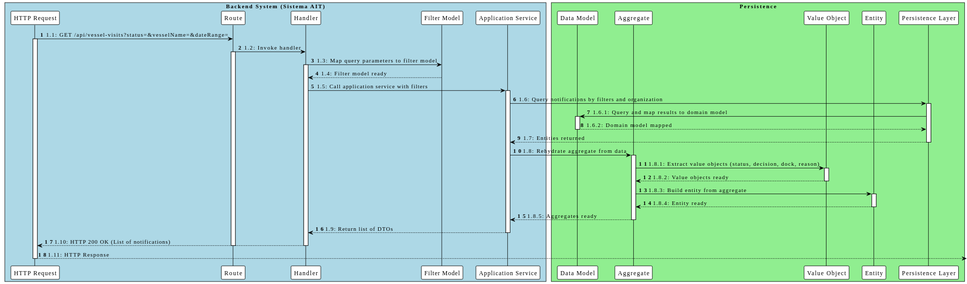
Earlier version of the PlantUML export documentation/SprintA/Views/ProcessViewDiagrams/US2.2.10/svg/diagrama-nivel3.svg (AmirMasnavi/Port-Logistics-Management-System). Source of this version:
```plantuml
@startuml
!theme plain
autonumber

box "Backend System (Sistema AIT)" #LightBlue
    participant "HTTP Request" as HttpRequest
    participant "Route" as Route
    participant "Handler" as Handler
    participant "Filter Model" as FilterModel
    participant "Application Service" as AppService
    box "Persistence" #LightGreen
        participant "Data Model" as DataModel
        participant "Aggregate" as Aggregate
        participant "Value Object" as ValueObject
        participant "Entity" as Entity
        participant "Persistence Layer" as Persistence
    end box
end box

HttpRequest -> Route : 1.1: GET /api/vessel-visits?status=&vesselName=&dateRange=
activate HttpRequest
Route -> Handler : 1.2: Invoke handler
activate Route
Handler -> FilterModel : 1.3: Map query parameters to filter model
activate Handler
FilterModel --> Handler : 1.4: Filter model ready
deactivate FilterModel
Handler -> AppService : 1.5: Call application service with filters
activate AppService
AppService -> Persistence : 1.6: Query notifications by filters and organization
activate Persistence
Persistence -> DataModel : 1.6.1: Query and map results to domain model
activate DataModel
DataModel --> Persistence : 1.6.2: Domain model mapped
deactivate DataModel
Persistence --> AppService : 1.7: Entities returned
deactivate Persistence
AppService -> Aggregate : 1.8: Rehydrate aggregate from data
activate Aggregate
Aggregate -> ValueObject : 1.8.1: Extract value objects (status, decision, dock, reason)
activate ValueObject
ValueObject --> Aggregate : 1.8.2: Value objects ready
deactivate ValueObject
Aggregate -> Entity : 1.8.3: Build entity from aggregate
activate Entity
Entity --> Aggregate : 1.8.4: Entity ready
deactivate Entity
Aggregate --> AppService : 1.8.5: Aggregates ready
deactivate Aggregate
AppService --> Handler : 1.9: Return list of DTOs
deactivate AppService
Handler --> HttpRequest : 1.10: HTTP 200 OK (List of notifications)
deactivate Handler
deactivate Route
HttpRequest --> : 1.11: HTTP Response
deactivate HttpRequest
@enduml
```
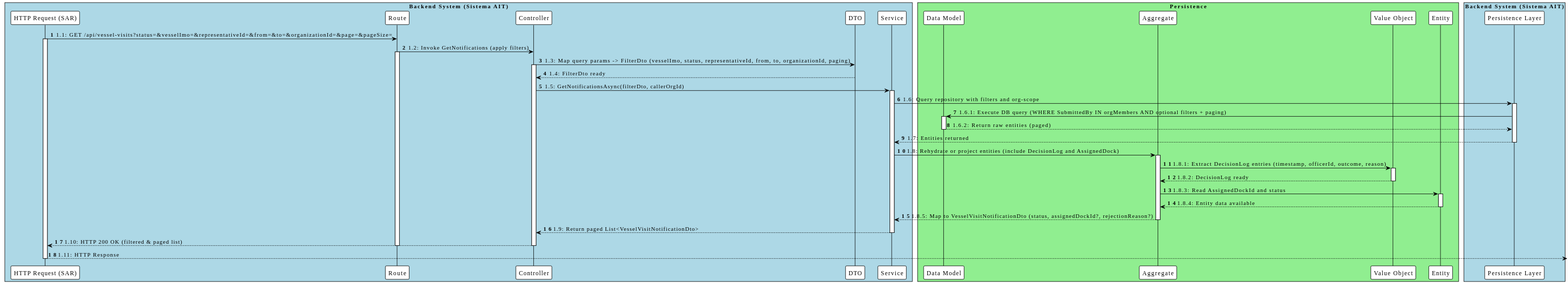
After the commit.

What changed in the source:
```diff
@@ -3,54 +3,56 @@
 autonumber
 
 box "Backend System (Sistema AIT)" #LightBlue
-    participant "HTTP Request" as HttpRequest
+    participant "HTTP Request (SAR)" as HttpRequest
     participant "Route" as Route
-    participant "Handler" as Handler
-    participant "Filter Model" as FilterModel
-    participant "Application Service" as AppService
+    participant "Controller" as Controller
+    participant "DTO" as Dto
+    participant "Service" as Service
     box "Persistence" #LightGreen
         participant "Data Model" as DataModel
         participant "Aggregate" as Aggregate
         participant "Value Object" as ValueObject
         participant "Entity" as Entity
-        participant "Persistence Layer" as Persistence
     end box
+    participant "Persistence Layer" as Persistence
 end box
 
-HttpRequest -> Route : 1.1: GET /api/vessel-visits?status=&vesselName=&dateRange=
+HttpRequest -> Route : 1.1: GET /api/vessel-visits?status=&vesselImo=&representativeId=&from=&to=&organizationId=&page=&pageSize=
 activate HttpRequest
-Route -> Handler : 1.2: Invoke handler
+Route -> Controller : 1.2: Invoke GetNotifications (apply filters)
 activate Route
-Handler -> FilterModel : 1.3: Map query parameters to filter model
-activate Handler
-FilterModel --> Handler : 1.4: Filter model ready
-deactivate FilterModel
-Handler -> AppService : 1.5: Call application service with filters
-activate AppService
-AppService -> Persistence : 1.6: Query notifications by filters and organization
+Controller -> Dto : 1.3: Map query params -> FilterDto (vesselImo, status, representativeId, from, to, organizationId, paging)
+activate Controller
+Dto --> Controller : 1.4: FilterDto ready
+deactivate Dto
+Controller -> Service : 1.5: GetNotificationsAsync(filterDto, callerOrgId)
+activate Service
+Service -> Persistence : 1.6: Query repository with filters and org-scope
 activate Persistence
-Persistence -> DataModel : 1.6.1: Query and map results to domain model
+Persistence -> DataModel : 1.6.1: Execute DB query (WHERE SubmittedBy IN orgMembers AND optional filters + paging)
 activate DataModel
-DataModel --> Persistence : 1.6.2: Domain model mapped
+DataModel --> Persistence : 1.6.2: Return raw entities (paged)
 deactivate DataModel
-Persistence --> AppService : 1.7: Entities returned
+Persistence --> Service : 1.7: Entities returned
 deactivate Persistence
-AppService -> Aggregate : 1.8: Rehydrate aggregate from data
+
+Service -> Aggregate : 1.8: Rehydrate or project entities (include DecisionLog and AssignedDock)
 activate Aggregate
-Aggregate -> ValueObject : 1.8.1: Extract value objects (status, decision, dock, reason)
+Aggregate -> ValueObject : 1.8.1: Extract DecisionLog entries (timestamp, officerId, outcome, reason)
 activate ValueObject
-ValueObject --> Aggregate : 1.8.2: Value objects ready
+ValueObject --> Aggregate : 1.8.2: DecisionLog ready
 deactivate ValueObject
-Aggregate -> Entity : 1.8.3: Build entity from aggregate
+Aggregate -> Entity : 1.8.3: Read AssignedDockId and status
 activate Entity
-Entity --> Aggregate : 1.8.4: Entity ready
+Entity --> Aggregate : 1.8.4: Entity data available
 deactivate Entity
-Aggregate --> AppService : 1.8.5: Aggregates ready
+Aggregate --> Service : 1.8.5: Map to VesselVisitNotificationDto (status, assignedDockId?, rejectionReason?)
 deactivate Aggregate
-AppService --> Handler : 1.9: Return list of DTOs
-deactivate AppService
-Handler --> HttpRequest : 1.10: HTTP 200 OK (List of notifications)
-deactivate Handler
+
+Service --> Controller : 1.9: Return paged List<VesselVisitNotificationDto>
+deactivate Service
+Controller --> HttpRequest : 1.10: HTTP 200 OK (filtered & paged list)
+deactivate Controller
 deactivate Route
 HttpRequest --> : 1.11: HTTP Response
 deactivate HttpRequest
```
